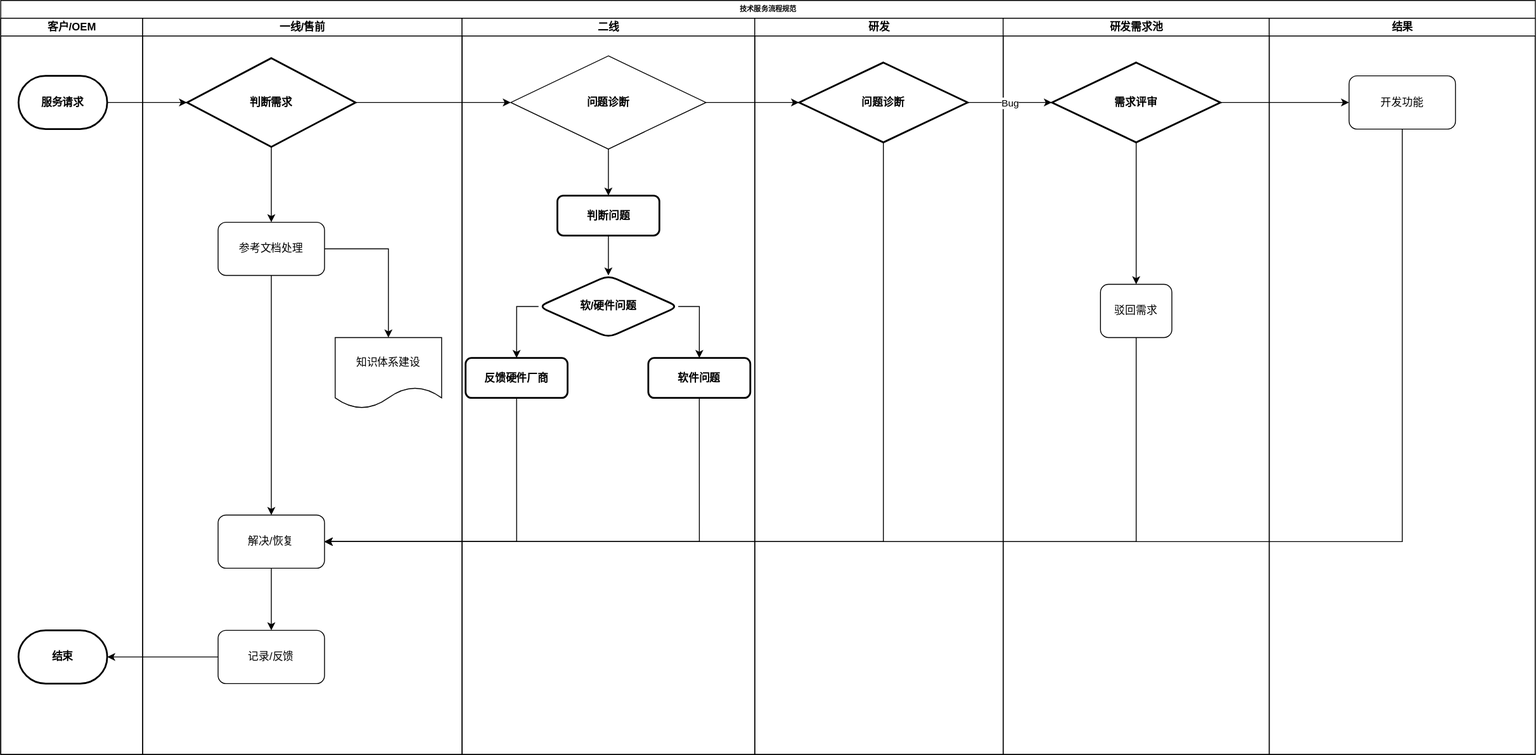
Earlier version of the draw.io export 流程规范及制度.drawio.svg (lawesen/lcgfzd). Source tidied: cells renumbered, new cells last; positions are measured from the earlier drawing's top-left corner, leaving out a move shared by most shapes.
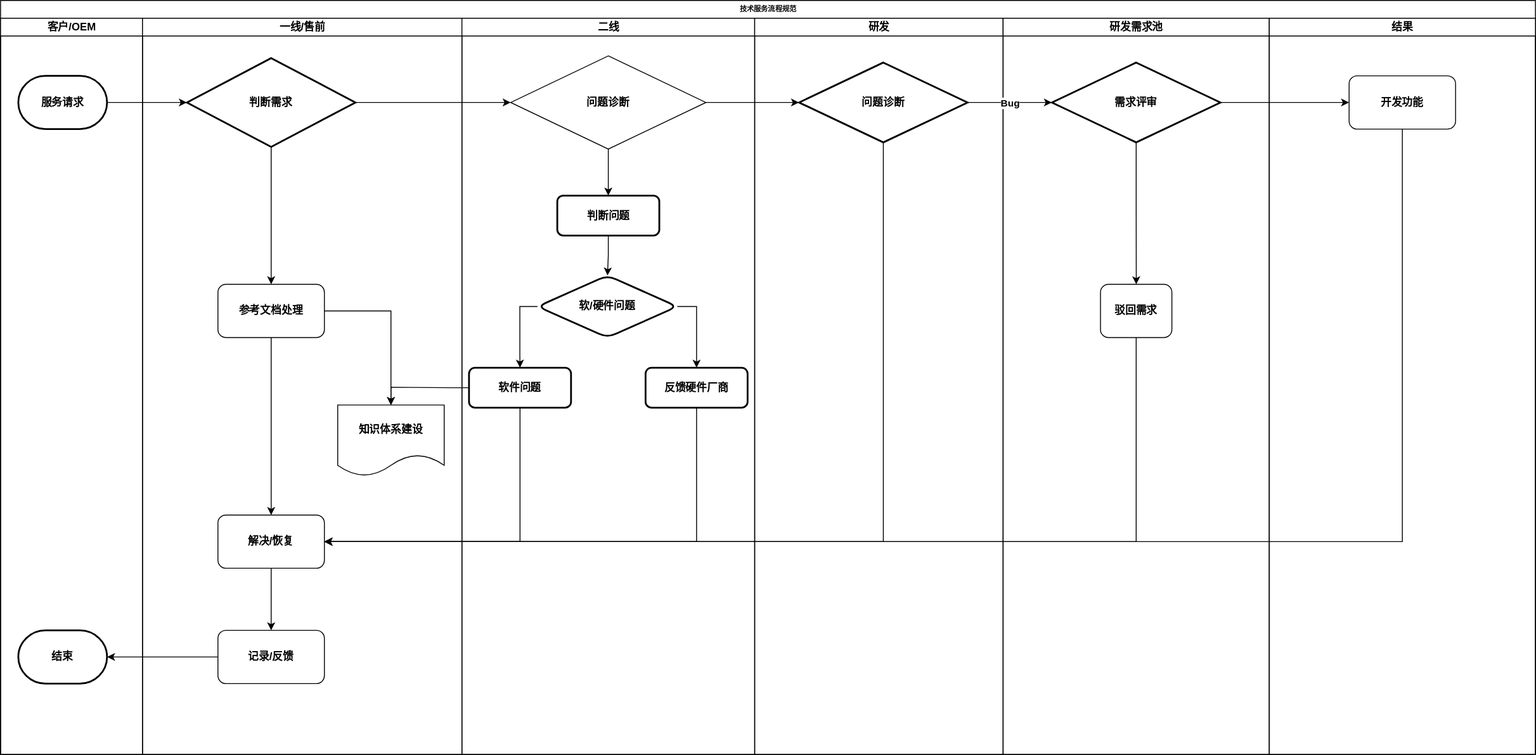
Later version of the same file.

Commit message:
更新流程规范及制度.drawio.svg

Diff of the diagram source:
```diff
@@ -2,10 +2,10 @@
   <root>
     <mxCell id="0" />
     <mxCell id="1" parent="0" />
-    <mxCell id="2" value="技术服务流程规范" style="swimlane;html=1;startSize=20;rounded=0;shadow=0;labelBackgroundColor=none;strokeWidth=1;fontFamily=Verdana;fontSize=8;align=center;" parent="1" vertex="1">
+    <mxCell id="2" value="技术服务流程规范" style="swimlane;html=1;startSize=20;rounded=0;shadow=0;labelBackgroundColor=none;strokeWidth=1;fontFamily=Verdana;fontSize=8;align=center;fontStyle=1;" parent="1" vertex="1">
       <mxGeometry width="1730" height="850" as="geometry" />
     </mxCell>
-    <mxCell id="3" value="客户/OEM" style="swimlane;html=1;startSize=20;" parent="2" vertex="1">
+    <mxCell id="3" value="客户/OEM" style="swimlane;html=1;startSize=20;fontStyle=1;" parent="2" vertex="1">
       <mxGeometry y="20" width="160" height="830" as="geometry" />
     </mxCell>
     <mxCell id="4" value="服务请求" style="strokeWidth=2;html=1;shape=mxgraph.flowchart.terminator;whiteSpace=wrap;fontStyle=1;" parent="3" vertex="1">
@@ -14,130 +14,133 @@
     <mxCell id="5" value="结束" style="strokeWidth=2;html=1;shape=mxgraph.flowchart.terminator;whiteSpace=wrap;fontStyle=1;" parent="3" vertex="1">
       <mxGeometry x="20" y="690" width="100" height="60" as="geometry" />
     </mxCell>
-    <mxCell id="6" style="edgeStyle=orthogonalEdgeStyle;rounded=0;jettySize=auto;html=1;exitX=0.5;exitY=1;exitDx=0;exitDy=0;entryX=1;entryY=0.5;entryDx=0;entryDy=0;" parent="2" edge="1" source="31" target="12">
+    <mxCell id="6" style="edgeStyle=orthogonalEdgeStyle;rounded=0;jettySize=auto;html=1;exitX=0.5;exitY=1;exitDx=0;exitDy=0;entryX=1;entryY=0.5;entryDx=0;entryDy=0;fontStyle=1;" parent="2" edge="1" source="31" target="12">
       <mxGeometry relative="1" as="geometry" />
     </mxCell>
-    <mxCell id="7" value="一线/售前" style="swimlane;html=1;startSize=20;" parent="2" vertex="1">
+    <mxCell id="7" value="一线/售前" style="swimlane;html=1;startSize=20;fontStyle=1;" parent="2" vertex="1">
       <mxGeometry x="160" y="20" width="360" height="830" as="geometry" />
     </mxCell>
-    <mxCell id="8" style="edgeStyle=orthogonalEdgeStyle;rounded=0;jettySize=auto;html=1;exitX=0.5;exitY=1;exitDx=0;exitDy=0;" parent="7" edge="1" source="10" target="12">
+    <mxCell id="8" style="edgeStyle=orthogonalEdgeStyle;rounded=0;jettySize=auto;html=1;exitX=0.5;exitY=1;exitDx=0;exitDy=0;fontStyle=1;" parent="7" edge="1" source="10" target="12">
       <mxGeometry relative="1" as="geometry" />
     </mxCell>
-    <mxCell id="9" style="edgeStyle=orthogonalEdgeStyle;rounded=0;jettySize=auto;html=1;" parent="7" edge="1" source="10" target="16">
+    <mxCell id="9" style="edgeStyle=orthogonalEdgeStyle;rounded=0;jettySize=auto;html=1;fontStyle=1;" parent="7" edge="1" source="10" target="16">
       <mxGeometry relative="1" as="geometry" />
     </mxCell>
-    <mxCell id="10" value="参考文档处理" style="rounded=1;whiteSpace=wrap;html=1;" parent="7" vertex="1">
-      <mxGeometry x="85" y="230" width="120" height="60" as="geometry" />
+    <mxCell id="10" value="参考文档处理" style="rounded=1;whiteSpace=wrap;html=1;fontStyle=1;" parent="7" vertex="1">
+      <mxGeometry x="85" y="300" width="120" height="60" as="geometry" />
     </mxCell>
-    <mxCell id="11" style="edgeStyle=orthogonalEdgeStyle;rounded=0;jettySize=auto;html=1;exitX=0.5;exitY=1;exitDx=0;exitDy=0;" parent="7" edge="1" source="12" target="13">
+    <mxCell id="11" style="edgeStyle=orthogonalEdgeStyle;rounded=0;jettySize=auto;html=1;exitX=0.5;exitY=1;exitDx=0;exitDy=0;fontStyle=1;" parent="7" edge="1" source="12" target="13">
       <mxGeometry relative="1" as="geometry" />
     </mxCell>
-    <mxCell id="12" value="解决/恢复" style="whiteSpace=wrap;html=1;rounded=1;" parent="7" vertex="1">
+    <mxCell id="12" value="解决/恢复" style="whiteSpace=wrap;html=1;rounded=1;fontStyle=1;" parent="7" vertex="1">
       <mxGeometry x="85" y="560" width="120" height="60" as="geometry" />
     </mxCell>
-    <mxCell id="13" value="记录/反馈" style="rounded=1;whiteSpace=wrap;html=1;" parent="7" vertex="1">
+    <mxCell id="13" value="记录/反馈" style="rounded=1;whiteSpace=wrap;html=1;fontStyle=1;" parent="7" vertex="1">
       <mxGeometry x="85" y="690" width="120" height="60" as="geometry" />
     </mxCell>
-    <mxCell id="14" style="edgeStyle=orthogonalEdgeStyle;rounded=0;jettySize=auto;html=1;exitX=0.5;exitY=1;exitDx=0;exitDy=0;" parent="7" edge="1" source="15" target="10">
+    <mxCell id="14" style="edgeStyle=orthogonalEdgeStyle;rounded=0;jettySize=auto;html=1;exitX=0.5;exitY=1;exitDx=0;exitDy=0;fontStyle=1;" parent="7" edge="1" source="15" target="10">
       <mxGeometry relative="1" as="geometry" />
     </mxCell>
     <mxCell id="15" value="判断需求" style="rhombus;whiteSpace=wrap;html=1;strokeWidth=2;fontStyle=1;" parent="7" vertex="1">
       <mxGeometry x="50" y="45" width="190" height="100" as="geometry" />
     </mxCell>
-    <mxCell id="16" value="知识体系建设" style="shape=document;whiteSpace=wrap;html=1;boundedLbl=1;rounded=1;" parent="7" vertex="1">
-      <mxGeometry x="217" y="360" width="120" height="80" as="geometry" />
+    <mxCell id="16" value="知识体系建设" style="shape=document;whiteSpace=wrap;html=1;boundedLbl=1;rounded=1;fontStyle=1;" parent="7" vertex="1">
+      <mxGeometry x="220" y="436" width="120" height="80" as="geometry" />
     </mxCell>
-    <mxCell id="17" value="二线" style="swimlane;html=1;startSize=20;" parent="2" vertex="1">
+    <mxCell id="17" value="二线" style="swimlane;html=1;startSize=20;fontStyle=1;" parent="2" vertex="1">
       <mxGeometry x="520" y="20" width="330" height="830" as="geometry" />
     </mxCell>
-    <mxCell id="18" style="edgeStyle=orthogonalEdgeStyle;rounded=0;jettySize=auto;html=1;" parent="17" edge="1" source="19" target="24">
+    <mxCell id="18" style="edgeStyle=orthogonalEdgeStyle;rounded=0;jettySize=auto;html=1;fontStyle=1;" parent="17" edge="1" source="19" target="24">
       <mxGeometry relative="1" as="geometry" />
     </mxCell>
     <mxCell id="19" value="判断问题" style="rounded=1;whiteSpace=wrap;html=1;strokeWidth=2;fontStyle=1;" parent="17" vertex="1">
       <mxGeometry x="107.5" y="200" width="115" height="45" as="geometry" />
     </mxCell>
-    <mxCell id="20" style="edgeStyle=orthogonalEdgeStyle;rounded=0;jettySize=auto;html=1;exitX=0.5;exitY=1;exitDx=0;exitDy=0;" parent="17" edge="1" source="21" target="19">
+    <mxCell id="20" style="edgeStyle=orthogonalEdgeStyle;rounded=0;jettySize=auto;html=1;exitX=0.5;exitY=1;exitDx=0;exitDy=0;fontStyle=1;" parent="17" edge="1" source="21" target="19">
       <mxGeometry relative="1" as="geometry" />
     </mxCell>
     <mxCell id="21" value="问题诊断" style="rhombus;whiteSpace=wrap;html=1;fontStyle=1;" parent="17" vertex="1">
       <mxGeometry x="55" y="42.5" width="220" height="105" as="geometry" />
     </mxCell>
+    <mxCell id="23" style="edgeStyle=orthogonalEdgeStyle;rounded=0;jettySize=auto;html=1;exitX=0;exitY=0.5;exitDx=0;exitDy=0;entryX=0.5;entryY=0;entryDx=0;entryDy=0;" parent="17" edge="1" source="24" target="26">
+      <mxGeometry relative="1" as="geometry" />
+    </mxCell>
-    <mxCell id="22" style="edgeStyle=orthogonalEdgeStyle;rounded=0;jettySize=auto;html=1;exitX=0;exitY=0.5;exitDx=0;exitDy=0;entryX=0.5;entryY=0;entryDx=0;entryDy=0;" parent="17" edge="1" source="24" target="25">
+    <mxCell id="22" style="edgeStyle=orthogonalEdgeStyle;rounded=0;jettySize=auto;html=1;exitX=1;exitY=0.5;exitDx=0;exitDy=0;entryX=0.5;entryY=0;entryDx=0;entryDy=0;" parent="17" edge="1" source="24" target="25">
       <mxGeometry relative="1" as="geometry" />
     </mxCell>
-    <mxCell id="23" style="edgeStyle=orthogonalEdgeStyle;rounded=0;jettySize=auto;html=1;exitX=1;exitY=0.5;exitDx=0;exitDy=0;entryX=0.5;entryY=0;entryDx=0;entryDy=0;" parent="17" edge="1" source="24" target="26">
-      <mxGeometry relative="1" as="geometry" />
-    </mxCell>
     <mxCell id="24" value="软/硬件问题" style="rhombus;whiteSpace=wrap;html=1;rounded=1;strokeWidth=2;fontStyle=1;" parent="17" vertex="1">
-      <mxGeometry x="86.2" y="290" width="157.5" height="70" as="geometry" />
+      <mxGeometry x="85.2" y="290" width="157.5" height="70" as="geometry" />
     </mxCell>
     <mxCell id="25" value="反馈硬件厂商" style="rounded=1;whiteSpace=wrap;html=1;strokeWidth=2;fontStyle=1;" parent="17" vertex="1">
-      <mxGeometry x="4" y="383" width="115" height="45" as="geometry" />
+      <mxGeometry x="207" y="394" width="115" height="45" as="geometry" />
     </mxCell>
     <mxCell id="26" value="软件问题" style="rounded=1;whiteSpace=wrap;html=1;strokeWidth=2;fontStyle=1;" parent="17" vertex="1">
-      <mxGeometry x="210" y="383" width="115" height="45" as="geometry" />
+      <mxGeometry x="8" y="394" width="115" height="45" as="geometry" />
     </mxCell>
-    <mxCell id="27" style="group;" parent="2" vertex="1">
+    <mxCell id="27" style="group;fontStyle=1;" parent="2" vertex="1">
       <mxGeometry x="850" y="20" width="580" height="830" as="geometry" />
     </mxCell>
-    <mxCell id="28" value="研发" style="swimlane;html=1;startSize=20;" parent="27" vertex="1">
+    <mxCell id="28" value="研发" style="swimlane;html=1;startSize=20;fontStyle=1;" parent="27" vertex="1">
       <mxGeometry width="280" height="830" as="geometry" />
     </mxCell>
     <mxCell id="29" value="问题诊断" style="rhombus;whiteSpace=wrap;html=1;strokeWidth=2;fontStyle=1;" parent="28" vertex="1">
       <mxGeometry x="50" y="50" width="190" height="90" as="geometry" />
     </mxCell>
-    <mxCell id="30" value="研发需求池" style="swimlane;html=1;startSize=20;" parent="27" vertex="1">
+    <mxCell id="30" value="研发需求池" style="swimlane;html=1;startSize=20;fontStyle=1;" parent="27" vertex="1">
       <mxGeometry x="280" width="300" height="830" as="geometry" />
     </mxCell>
-    <mxCell id="31" value="驳回需求" style="whiteSpace=wrap;html=1;rounded=1;" parent="30" vertex="1">
+    <mxCell id="31" value="驳回需求" style="whiteSpace=wrap;html=1;rounded=1;fontStyle=1;" parent="30" vertex="1">
       <mxGeometry x="109.8" y="300" width="80.5" height="60" as="geometry" />
     </mxCell>
-    <mxCell id="32" style="edgeStyle=orthogonalEdgeStyle;rounded=0;jettySize=auto;html=1;exitX=0.5;exitY=1;exitDx=0;exitDy=0;" parent="30" edge="1" source="33" target="31">
+    <mxCell id="32" style="edgeStyle=orthogonalEdgeStyle;rounded=0;jettySize=auto;html=1;exitX=0.5;exitY=1;exitDx=0;exitDy=0;fontStyle=1;" parent="30" edge="1" source="33" target="31">
       <mxGeometry relative="1" as="geometry" />
     </mxCell>
     <mxCell id="33" value="需求评审" style="rhombus;whiteSpace=wrap;html=1;strokeWidth=2;fontStyle=1;" parent="30" vertex="1">
       <mxGeometry x="55" y="50" width="190" height="90" as="geometry" />
     </mxCell>
-    <mxCell id="34" style="edgeStyle=orthogonalEdgeStyle;rounded=0;jettySize=auto;html=1;exitX=1;exitY=0.5;exitDx=0;exitDy=0;entryX=0;entryY=0.5;entryDx=0;entryDy=0;" parent="27" edge="1" source="29" target="33">
+    <mxCell id="34" style="edgeStyle=orthogonalEdgeStyle;rounded=0;jettySize=auto;html=1;exitX=1;exitY=0.5;exitDx=0;exitDy=0;entryX=0;entryY=0.5;entryDx=0;entryDy=0;fontStyle=1;" parent="27" edge="1" source="29" target="33">
       <mxGeometry relative="1" as="geometry" />
     </mxCell>
-    <mxCell id="35" value="Bug" style="edgeLabel;html=1;align=center;verticalAlign=middle;" parent="34" vertex="1">
+    <mxCell id="35" value="Bug" style="edgeLabel;html=1;align=center;verticalAlign=middle;fontStyle=1;" parent="34" vertex="1">
       <mxGeometry x="0.01" relative="1" as="geometry">
         <mxPoint x="-1" as="offset" />
       </mxGeometry>
     </mxCell>
-    <mxCell id="36" style="edgeStyle=orthogonalEdgeStyle;rounded=0;jettySize=auto;html=1;exitX=0;exitY=0.5;exitDx=0;exitDy=0;entryX=1;entryY=0.5;entryDx=0;entryDy=0;entryPerimeter=0;" parent="2" edge="1" source="13" target="5">
+    <mxCell id="36" style="edgeStyle=orthogonalEdgeStyle;rounded=0;jettySize=auto;html=1;exitX=0;exitY=0.5;exitDx=0;exitDy=0;entryX=1;entryY=0.5;entryDx=0;entryDy=0;entryPerimeter=0;fontStyle=1;" parent="2" edge="1" source="13" target="5">
       <mxGeometry relative="1" as="geometry" />
     </mxCell>
-    <mxCell id="37" style="edgeStyle=orthogonalEdgeStyle;rounded=0;jettySize=auto;html=1;exitX=0.5;exitY=1;exitDx=0;exitDy=0;entryX=1;entryY=0.5;entryDx=0;entryDy=0;" parent="2" edge="1" source="39" target="12">
+    <mxCell id="37" style="edgeStyle=orthogonalEdgeStyle;rounded=0;jettySize=auto;html=1;exitX=0.5;exitY=1;exitDx=0;exitDy=0;entryX=1;entryY=0.5;entryDx=0;entryDy=0;fontStyle=1;" parent="2" edge="1" source="39" target="12">
       <mxGeometry relative="1" as="geometry" />
     </mxCell>
-    <mxCell id="38" value="结果" style="swimlane;html=1;startSize=20;" parent="2" vertex="1">
+    <mxCell id="38" value="结果" style="swimlane;html=1;startSize=20;fontStyle=1;" parent="2" vertex="1">
       <mxGeometry x="1430" y="20" width="300" height="830" as="geometry" />
     </mxCell>
-    <mxCell id="39" value="开发功能" style="whiteSpace=wrap;html=1;rounded=1;" parent="38" vertex="1">
+    <mxCell id="39" value="开发功能" style="whiteSpace=wrap;html=1;rounded=1;fontStyle=1;" parent="38" vertex="1">
       <mxGeometry x="90" y="65" width="120" height="60" as="geometry" />
     </mxCell>
-    <mxCell id="40" style="edgeStyle=orthogonalEdgeStyle;rounded=0;jettySize=auto;html=1;" parent="2" edge="1" source="4" target="15">
+    <mxCell id="40" style="edgeStyle=orthogonalEdgeStyle;rounded=0;jettySize=auto;html=1;fontStyle=1;" parent="2" edge="1" source="4" target="15">
       <mxGeometry relative="1" as="geometry" />
     </mxCell>
-    <mxCell id="41" style="edgeStyle=orthogonalEdgeStyle;rounded=0;jettySize=auto;html=1;exitX=1;exitY=0.5;exitDx=0;exitDy=0;entryX=0;entryY=0.5;entryDx=0;entryDy=0;" parent="2" edge="1" source="33" target="39">
+    <mxCell id="41" style="edgeStyle=orthogonalEdgeStyle;rounded=0;jettySize=auto;html=1;exitX=1;exitY=0.5;exitDx=0;exitDy=0;entryX=0;entryY=0.5;entryDx=0;entryDy=0;fontStyle=1;" parent="2" edge="1" source="33" target="39">
       <mxGeometry relative="1" as="geometry" />
     </mxCell>
-    <mxCell id="42" style="edgeStyle=orthogonalEdgeStyle;rounded=0;jettySize=auto;html=1;exitX=0.5;exitY=1;exitDx=0;exitDy=0;entryX=1;entryY=0.5;entryDx=0;entryDy=0;" parent="2" edge="1" source="29" target="12">
+    <mxCell id="42" style="edgeStyle=orthogonalEdgeStyle;rounded=0;jettySize=auto;html=1;exitX=0.5;exitY=1;exitDx=0;exitDy=0;entryX=1;entryY=0.5;entryDx=0;entryDy=0;fontStyle=1;" parent="2" edge="1" source="29" target="12">
       <mxGeometry relative="1" as="geometry" />
     </mxCell>
-    <mxCell id="43" style="edgeStyle=orthogonalEdgeStyle;rounded=0;jettySize=auto;html=1;exitX=1;exitY=0.5;exitDx=0;exitDy=0;entryX=0;entryY=0.5;entryDx=0;entryDy=0;" parent="2" edge="1" source="15" target="21">
+    <mxCell id="43" style="edgeStyle=orthogonalEdgeStyle;rounded=0;jettySize=auto;html=1;exitX=1;exitY=0.5;exitDx=0;exitDy=0;entryX=0;entryY=0.5;entryDx=0;entryDy=0;fontStyle=1;" parent="2" edge="1" source="15" target="21">
       <mxGeometry relative="1" as="geometry" />
     </mxCell>
-    <mxCell id="44" style="edgeStyle=orthogonalEdgeStyle;rounded=0;jettySize=auto;html=1;exitX=1;exitY=0.5;exitDx=0;exitDy=0;entryX=0;entryY=0.5;entryDx=0;entryDy=0;" parent="2" edge="1" source="21" target="29">
+    <mxCell id="44" style="edgeStyle=orthogonalEdgeStyle;rounded=0;jettySize=auto;html=1;exitX=1;exitY=0.5;exitDx=0;exitDy=0;entryX=0;entryY=0.5;entryDx=0;entryDy=0;fontStyle=1;" parent="2" edge="1" source="21" target="29">
       <mxGeometry relative="1" as="geometry" />
     </mxCell>
-    <mxCell id="45" style="edgeStyle=orthogonalEdgeStyle;rounded=0;jettySize=auto;html=1;exitX=0.5;exitY=1;exitDx=0;exitDy=0;entryX=1;entryY=0.5;entryDx=0;entryDy=0;" parent="2" edge="1" source="25" target="12">
+    <mxCell id="45" style="edgeStyle=orthogonalEdgeStyle;rounded=0;jettySize=auto;html=1;exitX=0.5;exitY=1;exitDx=0;exitDy=0;entryX=1;entryY=0.5;entryDx=0;entryDy=0;fontStyle=1;" parent="2" edge="1" source="25" target="12">
       <mxGeometry relative="1" as="geometry" />
     </mxCell>
-    <mxCell id="46" style="edgeStyle=orthogonalEdgeStyle;rounded=0;jettySize=auto;html=1;exitX=0.5;exitY=1;exitDx=0;exitDy=0;entryX=1;entryY=0.5;entryDx=0;entryDy=0;" parent="2" edge="1" source="26" target="12">
+    <mxCell id="46" style="edgeStyle=orthogonalEdgeStyle;rounded=0;jettySize=auto;html=1;exitX=0.5;exitY=1;exitDx=0;exitDy=0;entryX=1;entryY=0.5;entryDx=0;entryDy=0;fontStyle=1;" parent="2" edge="1" source="26" target="12">
       <mxGeometry relative="1" as="geometry" />
     </mxCell>
+    <mxCell id="47" style="edgeStyle=orthogonalEdgeStyle;rounded=0;jettySize=auto;html=1;exitX=0;exitY=0.5;exitDx=0;exitDy=0;entryX=0.5;entryY=0;entryDx=0;entryDy=0;" parent="2" edge="1" source="26" target="16">
+      <mxGeometry relative="1" as="geometry" />
+    </mxCell>
   </root>
 </mxGraphModel>
```
